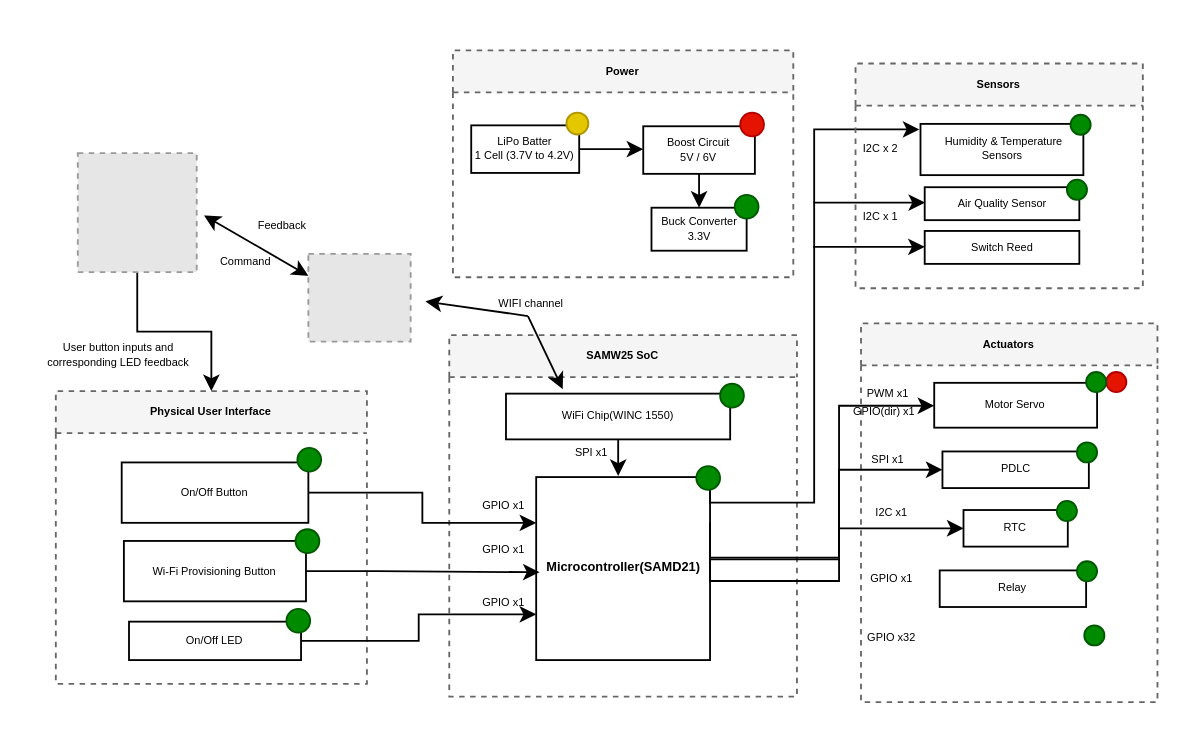
Earlier version of the draw.io diagram System_BlockDiagram.drawio (ese5160/a14g-final-submission-s25-t18-dualcore). Source tidied: cells renumbered, new cells numbered last; positions are measured from the earlier drawing's top-left corner, leaving out a move shared by most shapes. Both pictures are drawn from the tidied source at 183%, with x=0, y=0 at pixel (31, 49). Pictures stored in the file or linked from it are replaced by grey dashed boxes.
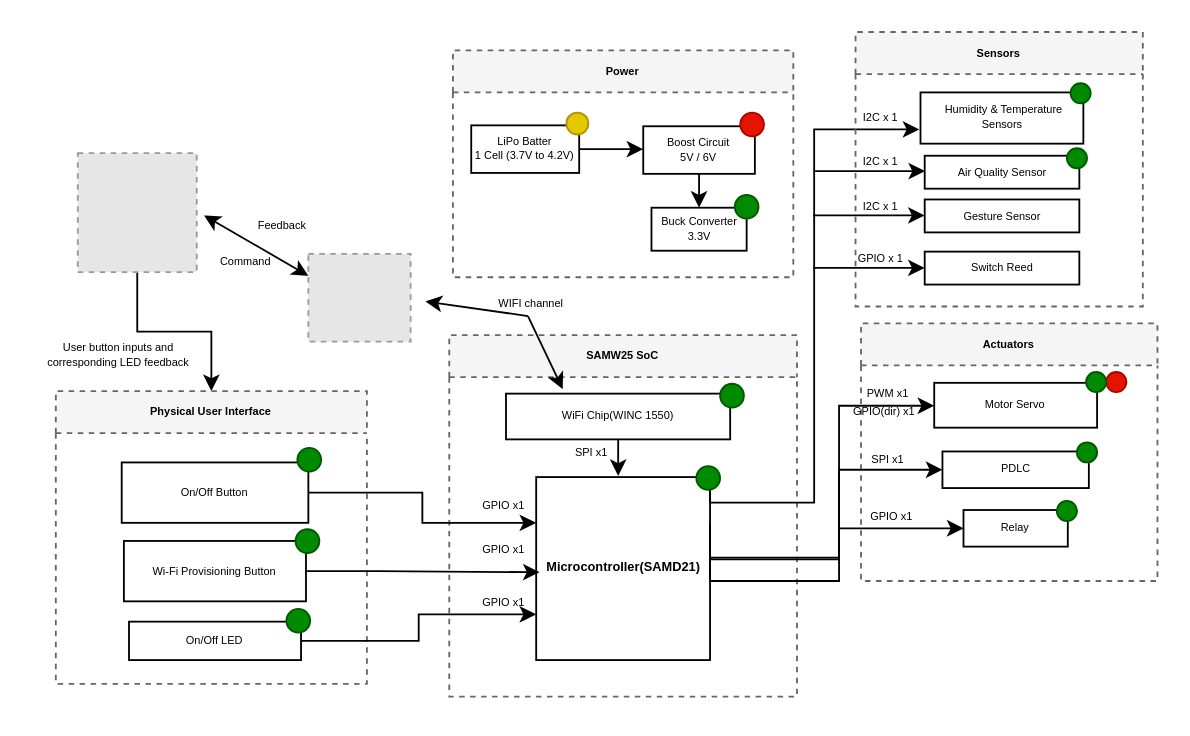
After the change.

The edit, as a diff of the source:
```diff
@@
     <mxCell id="13" value="Sensors" style="swimlane;whiteSpace=wrap;html=1;dashed=1;fillColor=#f5f5f5;strokeColor=#666666;fontSize=6;" parent="1" vertex="1">
-      <mxGeometry x="450" y="7.2" width="157" height="122.8" as="geometry" />
+      <mxGeometry x="450" y="-10" width="157" height="150" as="geometry" />
     </mxCell>
@@
-    <mxCell id="20" value="I2C x 2" style="text;html=1;align=center;verticalAlign=middle;whiteSpace=wrap;rounded=0;fontSize=6;" parent="13" vertex="1">
+    <mxCell id="20" value="I2C x 1" style="text;html=1;align=center;verticalAlign=middle;whiteSpace=wrap;rounded=0;fontSize=6;" parent="13" vertex="1">
       <mxGeometry x="-16" y="36" width="60" height="22" as="geometry" />
     </mxCell>
     <mxCell id="21" value="I2C x 1" style="text;html=1;align=center;verticalAlign=middle;whiteSpace=wrap;rounded=0;fontSize=6;" parent="13" vertex="1">
-      <mxGeometry x="-16" y="77" width="60" height="14.5" as="geometry" />
+      <mxGeometry x="-16" y="63.5" width="60" height="14.5" as="geometry" />
     </mxCell>
-    <mxCell id="22" value="Switch Reed" style="rounded=0;whiteSpace=wrap;html=1;align=center;fontSize=6;" parent="13" vertex="1">
+    <mxCell id="22" value="Gesture Sensor" style="rounded=0;whiteSpace=wrap;html=1;align=center;fontSize=6;" parent="13" vertex="1">
       <mxGeometry x="37.8" y="91.5" width="84.5" height="18" as="geometry" />
     </mxCell>
@@
+    <mxCell id="76" value="Switch Reed" style="rounded=0;whiteSpace=wrap;html=1;align=center;fontSize=6;" parent="13" vertex="1">
+      <mxGeometry x="37.8" y="120" width="84.5" height="18" as="geometry" />
+    </mxCell>
+    <mxCell id="77" value="I2C x 1" style="text;html=1;align=center;verticalAlign=middle;whiteSpace=wrap;rounded=0;fontSize=6;" parent="13" vertex="1">
+      <mxGeometry x="-16" y="88.6" width="60" height="14.5" as="geometry" />
+    </mxCell>
+    <mxCell id="78" value="GPIO x 1" style="text;html=1;align=center;verticalAlign=middle;whiteSpace=wrap;rounded=0;fontSize=6;" parent="13" vertex="1">
+      <mxGeometry x="-16" y="119" width="60" height="10.5" as="geometry" />
+    </mxCell>
+    <mxCell id="79" style="endArrow=classic;html=1;rounded=0;" parent="13" edge="1">
+      <mxGeometry relative="1" as="geometry">
+        <mxPoint x="-23.2" y="128.9" as="sourcePoint" />
+        <mxPoint x="37.8" y="128.9" as="targetPoint" />
+      </mxGeometry>
+    </mxCell>
@@
     <mxCell id="41" value="Actuators" style="swimlane;whiteSpace=wrap;html=1;dashed=1;fillColor=#f5f5f5;strokeColor=#666666;fontSize=6;" parent="1" vertex="1">
-      <mxGeometry x="453" y="149.2" width="162" height="207" as="geometry" />
+      <mxGeometry x="453" y="149.2" width="162" height="140.8" as="geometry" />
     </mxCell>
@@
-    <mxCell id="50" value="RTC" style="rounded=0;whiteSpace=wrap;html=1;fontSize=6;" parent="41" vertex="1">
+    <mxCell id="50" value="Relay" style="rounded=0;whiteSpace=wrap;html=1;fontSize=6;" parent="41" vertex="1">
       <mxGeometry x="56" y="102" width="57" height="20" as="geometry" />
     </mxCell>
-    <mxCell id="51" value="Relay" style="rounded=0;whiteSpace=wrap;html=1;fontSize=6;" parent="41" vertex="1">
-      <mxGeometry x="43" y="135" width="80" height="20" as="geometry" />
-    </mxCell>
@@
-    <mxCell id="55" style="ellipse;whiteSpace=wrap;html=1;fillColor=#008a00;strokeColor=#005700;fontSize=6;" parent="41" vertex="1">
-      <mxGeometry x="118" y="130" width="11" height="11" as="geometry" />
-    </mxCell>
-    <mxCell id="56" style="ellipse;whiteSpace=wrap;html=1;fillColor=#008a00;strokeColor=#005700;fontSize=6;" parent="41" vertex="1">
-      <mxGeometry x="122" y="165" width="11" height="11" as="geometry" />
-    </mxCell>
-    <mxCell id="57" value="I2C x1" style="text;html=1;align=center;verticalAlign=middle;whiteSpace=wrap;rounded=0;fontSize=6;" parent="41" vertex="1">
-      <mxGeometry x="-13.5" y="88.5" width="60" height="30" as="geometry" />
+    <mxCell id="57" value="GPIO x1" style="text;html=1;align=center;verticalAlign=middle;whiteSpace=wrap;rounded=0;fontSize=6;" parent="41" vertex="1">
+      <mxGeometry x="-13.5" y="90.5" width="60" height="30" as="geometry" />
     </mxCell>
-    <mxCell id="58" value="GPIO x1" style="text;html=1;align=center;verticalAlign=middle;whiteSpace=wrap;rounded=0;fontSize=6;" parent="41" vertex="1">
-      <mxGeometry x="-13.5" y="125" width="60" height="30" as="geometry" />
-    </mxCell>
-    <mxCell id="59" value="GPIO x32" style="text;html=1;align=center;verticalAlign=middle;whiteSpace=wrap;rounded=0;fontSize=6;" parent="41" vertex="1">
-      <mxGeometry x="-13.5" y="157" width="60" height="30" as="geometry" />
-    </mxCell>
@@
     <mxCell id="75" style="endArrow=classic;html=1;rounded=0;" parent="1" edge="1">
       <mxGeometry relative="1" as="geometry">
-        <mxPoint x="427" y="83.2" as="sourcePoint" />
-        <mxPoint x="488" y="83.2" as="targetPoint" />
+        <mxPoint x="427" y="66" as="sourcePoint" />
+        <mxPoint x="488" y="66" as="targetPoint" />
       </mxGeometry>
     </mxCell>
```
